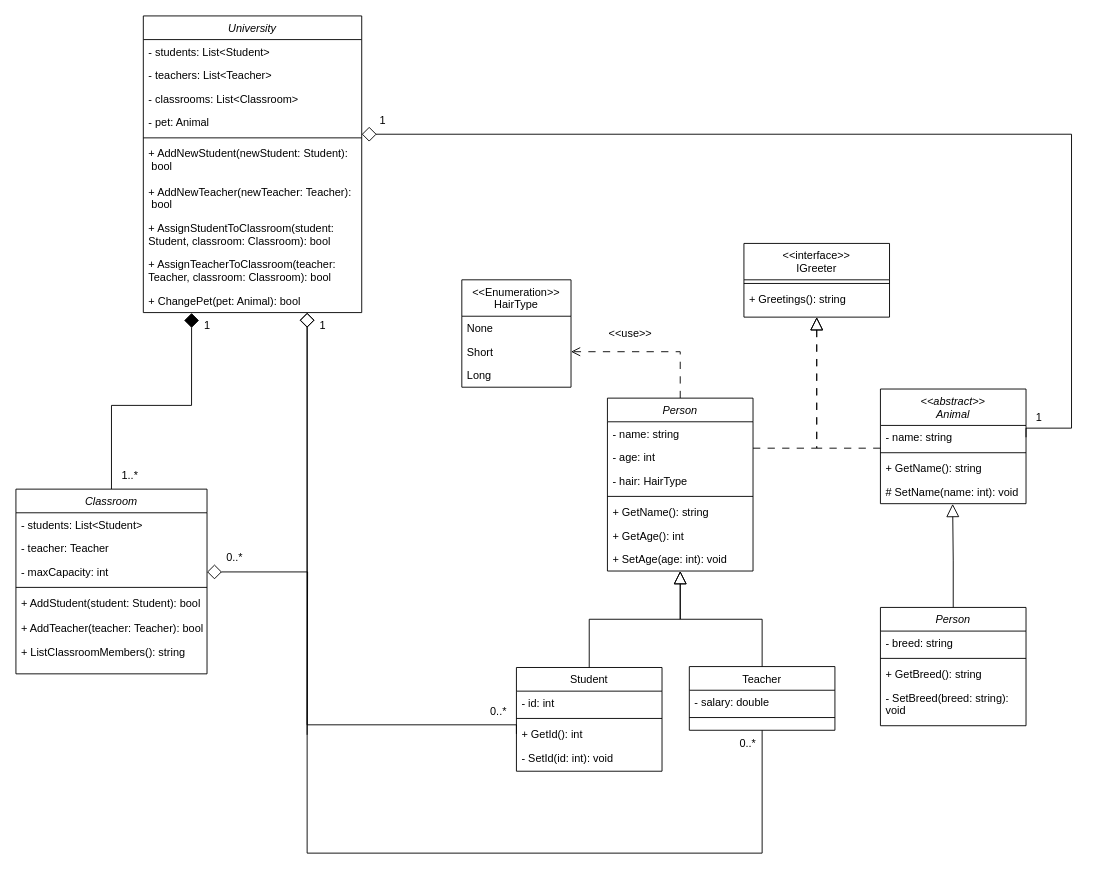
dmorell11/IntroOOP keeps this draw.io diagram as UML/UniversityUML.drawio. Above is the earlier version. Source tidied: cells renumbered, new cells numbered last; positions are measured from the earlier drawing's top-left corner, leaving out a move shared by most shapes. Both pictures are drawn from the tidied source at 91%, with x=0, y=0 at pixel (15, 15).
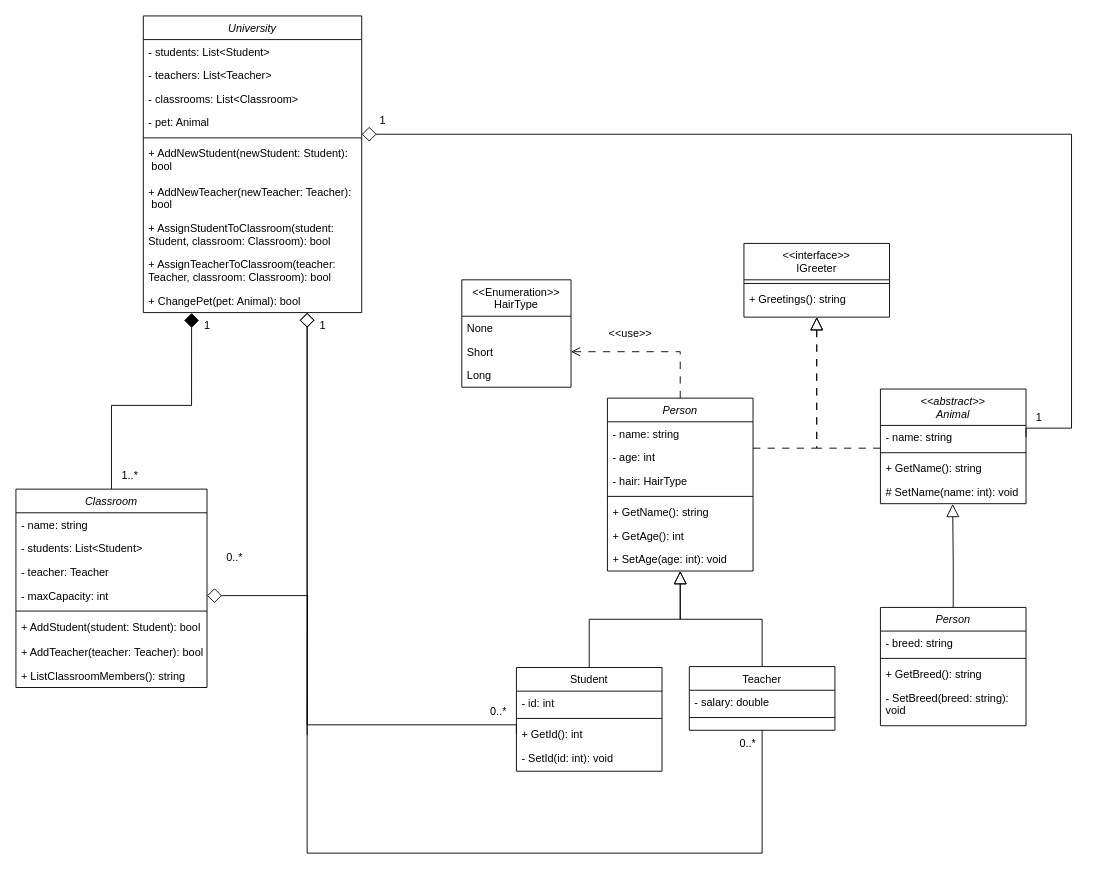
After the change.

Commit message (it also covers changes not shown here):
Added c# code according to UML class diagram - class 23/09/2024

The edit, as a diff of the source:
```diff
@@
     <mxCell id="56" value="Classroom&#10;" style="swimlane;fontStyle=2;align=center;verticalAlign=top;horizontal=1;startSize=26;rounded=0;shadow=0;strokeWidth=1;" parent="1" vertex="1">
-      <mxGeometry y="520" width="210" height="203" as="geometry" />
+      <mxGeometry y="520" width="210" height="218" as="geometry" />
     </mxCell>
+    <mxCell id="74" value="- name: string" style="text;align=left;verticalAlign=top;spacingLeft=4;spacingRight=4;overflow=hidden;" parent="56" vertex="1">
+      <mxGeometry y="26" width="210" height="26" as="geometry" />
+    </mxCell>
     <mxCell id="57" value="- students: List&lt;Student&gt;&#10;" style="text;align=left;verticalAlign=top;spacingLeft=4;spacingRight=4;overflow=hidden;" parent="56" vertex="1">
-      <mxGeometry y="26" width="210" height="26" as="geometry" />
+      <mxGeometry y="52" width="210" height="26" as="geometry" />
     </mxCell>
     <mxCell id="58" value="- teacher: Teacher" style="text;align=left;verticalAlign=top;spacingLeft=4;spacingRight=4;overflow=hidden;rounded=0;shadow=0;html=0;" parent="56" vertex="1">
-      <mxGeometry y="52" width="210" height="26" as="geometry" />
+      <mxGeometry y="78" width="210" height="26" as="geometry" />
     </mxCell>
@@
     <mxCell id="60" value="- maxCapacity: int" style="text;align=left;verticalAlign=top;spacingLeft=4;spacingRight=4;overflow=hidden;points=[[0,0.5],[1,0.5]];portConstraint=eastwest;rounded=0;shadow=0;html=0;" parent="56" vertex="1">
-      <mxGeometry y="78" width="210" height="26" as="geometry" />
+      <mxGeometry y="104" width="210" height="26" as="geometry" />
     </mxCell>
     <mxCell id="61" style="line;html=1;strokeWidth=1;align=left;verticalAlign=middle;spacingTop=-1;spacingLeft=3;spacingRight=3;labelPosition=right;" parent="56" vertex="1">
-      <mxGeometry y="104" width="210" height="8" as="geometry" />
+      <mxGeometry y="130" width="210" height="8" as="geometry" />
     </mxCell>
     <mxCell id="62" value="+ AddStudent(student: Student): bool" style="text;align=left;verticalAlign=top;spacingLeft=4;spacingRight=4;overflow=hidden;" parent="56" vertex="1">
-      <mxGeometry y="112" width="210" height="28" as="geometry" />
+      <mxGeometry y="138" width="210" height="28" as="geometry" />
     </mxCell>
     <mxCell id="63" value="+ AddTeacher(teacher: Teacher): bool" style="text;align=left;verticalAlign=top;spacingLeft=4;spacingRight=4;overflow=hidden;" parent="56" vertex="1">
-      <mxGeometry y="140" width="210" height="26" as="geometry" />
+      <mxGeometry y="166" width="210" height="26" as="geometry" />
     </mxCell>
     <mxCell id="64" value="+ ListClassroomMembers(): string" style="text;align=left;verticalAlign=top;spacingLeft=4;spacingRight=4;overflow=hidden;" parent="56" vertex="1">
-      <mxGeometry y="166" width="210" height="26" as="geometry" />
+      <mxGeometry y="192" width="210" height="26" as="geometry" />
     </mxCell>
```
